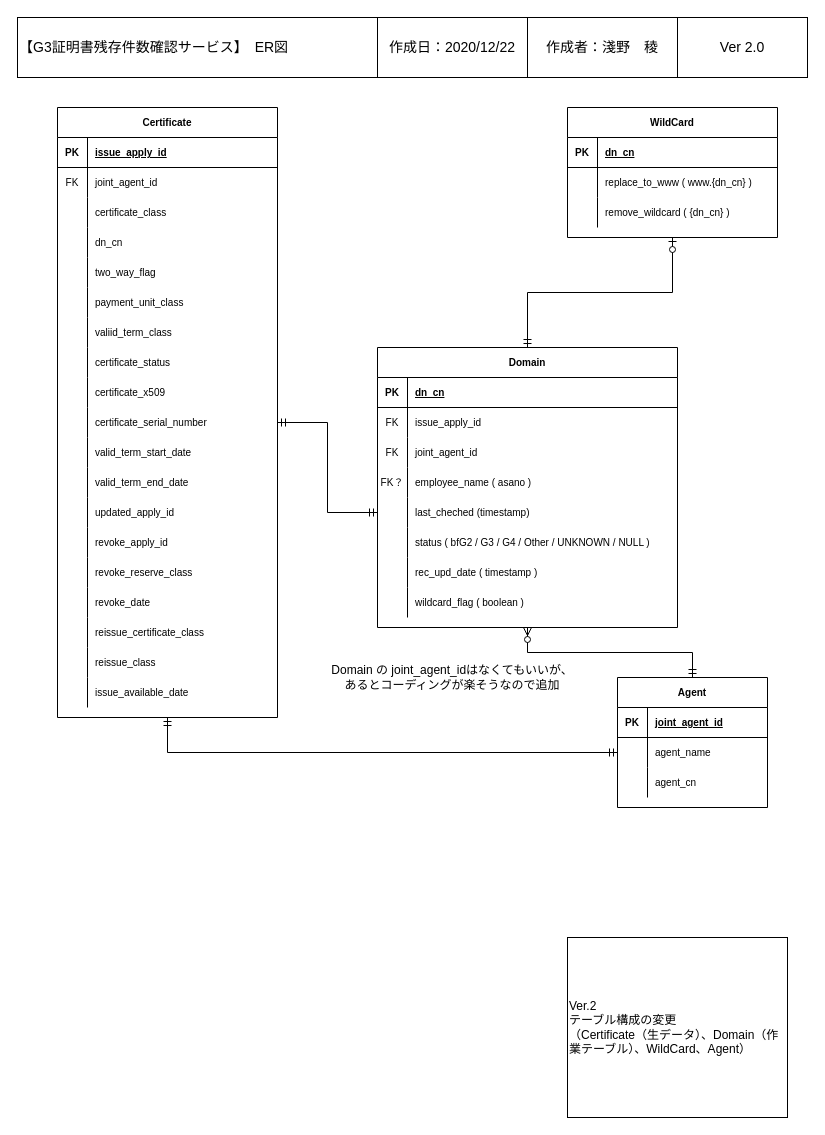
Above: page "ER図" (3 of 6) of UMLDiagram.drawio in r-asano/kaihatsubuKenshu (draw.io), before the change. Source tidied: cells renumbered, new cells numbered last; positions are measured from the earlier drawing's top-left corner, leaving out a move shared by most shapes. Both pictures are drawn from the tidied source at 100%, with x=0, y=0 at pixel (17, 17).
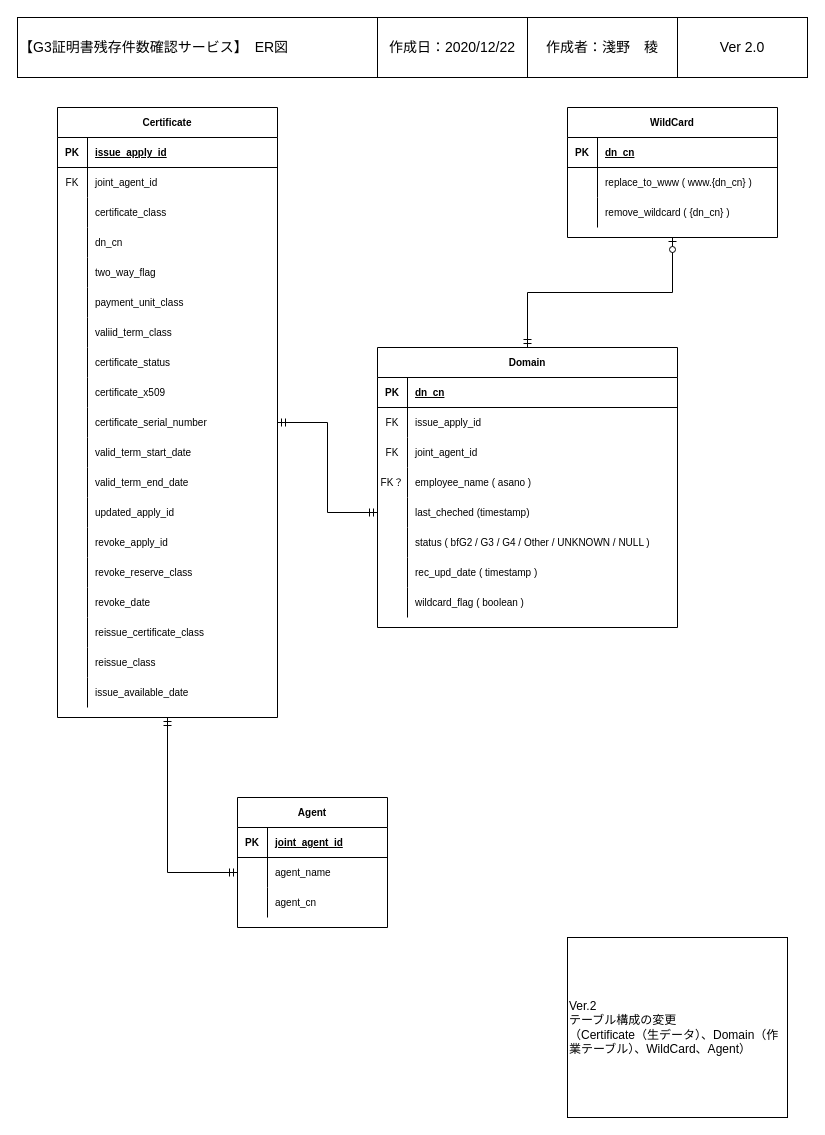
The same diagram, later.

Unchanged cells that the change refers to:
```xml
<mxCell id="2" value="Domain" style="shape=table;startSize=30;childLayout=tableLayout;rowLines=0;fontStyle=1;align=center;fontSize=10;" parent="1" vertex="1">
  <mxGeometry x="360" y="330" width="300" height="280" as="geometry" />
</mxCell>
```

Change to the diagram source:
```diff
@@
-    <mxCell id="27" style="edgeStyle=orthogonalEdgeStyle;rounded=0;jettySize=auto;html=1;exitX=0.5;exitY=0;exitDx=0;exitDy=0;entryX=0.5;entryY=1;entryDx=0;entryDy=0;endArrow=ERzeroToMany;endFill=1;startArrow=ERmandOne;startFill=0;" parent="1" edge="1" source="28" target="2">
-      <mxGeometry relative="1" as="geometry" />
-    </mxCell>
     <mxCell id="28" value="Agent" style="shape=table;startSize=30;childLayout=tableLayout;rowLines=0;fontStyle=1;align=center;fontSize=10;" parent="1" vertex="1">
-      <mxGeometry x="600" y="660" width="150" height="130" as="geometry" />
+      <mxGeometry x="220" y="780" width="150" height="130" as="geometry" />
     </mxCell>
@@
-    <mxCell id="114" value="Domain の joint_agent_idはなくてもいいが、あるとコーディングが楽そうなので追加" style="text;html=1;strokeColor=none;fillColor=none;align=center;verticalAlign=middle;whiteSpace=wrap;rounded=0;" parent="1" vertex="1">
-      <mxGeometry x="312" y="650" width="246" height="20" as="geometry" />
-    </mxCell>
```
